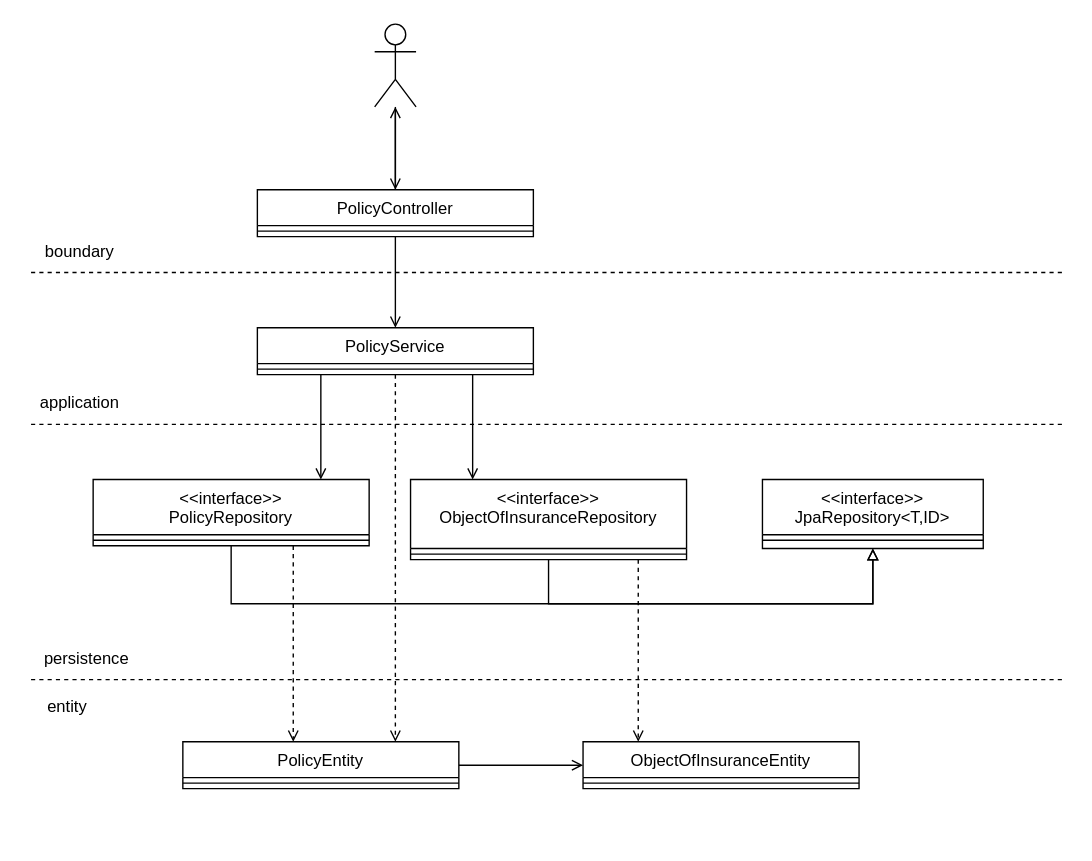
Above: RDA/PolicyService/Policy-UML-Level1.drawio in danieland2606/Bachelorprojekt (draw.io), before the change. Source tidied: cells renumbered, new cells numbered last; positions are measured from the earlier drawing's top-left corner, leaving out a move shared by most shapes. Both pictures are drawn from the tidied source at 138%, with x=0, y=0 at pixel (23, 23).
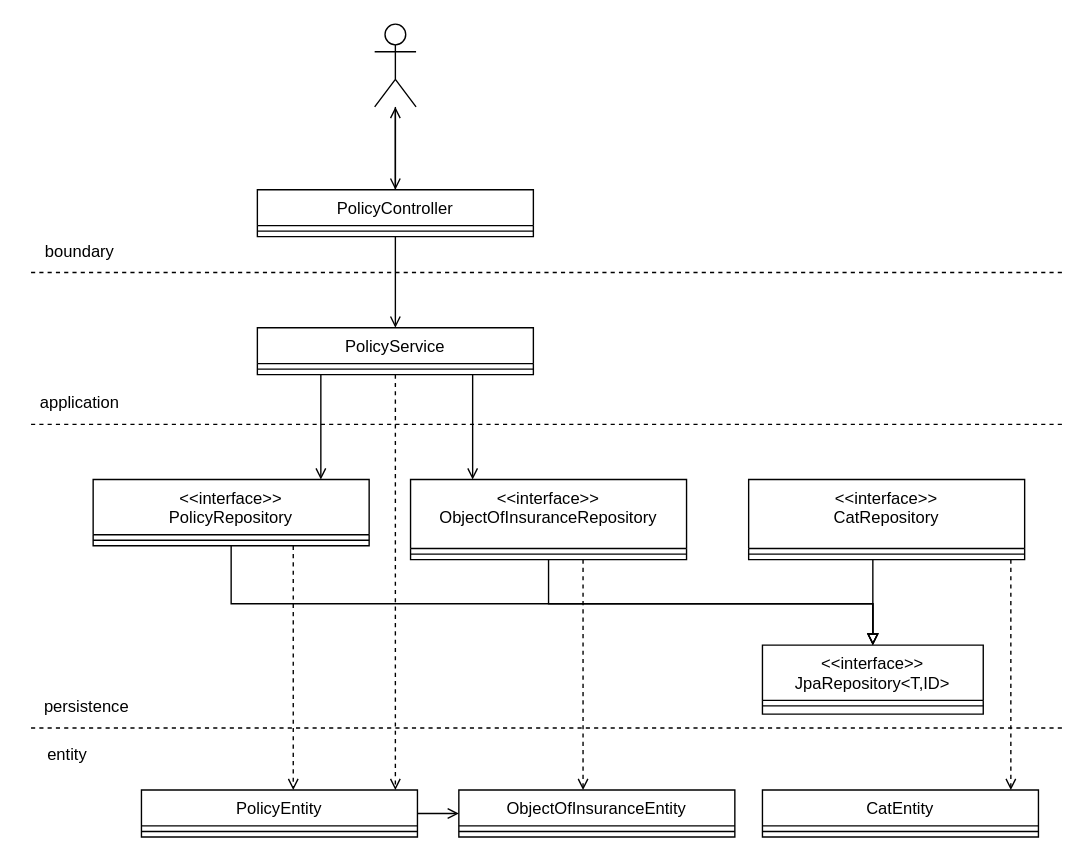
Above is the later version.

Commit message (it also covers changes not shown here):
UML Policy geupdatet

The change refers to these unchanged cells:
```xml
<mxCell id="12" value="&lt;&lt;interface&gt;&gt;&#10;ObjectOfInsuranceRepository" style="swimlane;fontStyle=0;align=center;verticalAlign=top;horizontal=1;startSize=50;rounded=0;shadow=0;strokeWidth=1;" parent="1" vertex="1">
  <mxGeometry x="280" y="330" width="200" height="58" as="geometry" />
</mxCell>
```

What changed in the source:
```diff
@@
     <mxCell id="11" style="edgeStyle=orthogonalEdgeStyle;rounded=0;jettySize=auto;html=1;dashed=1;endArrow=open;endFill=0;" parent="1" edge="1" source="12" target="21">
       <mxGeometry relative="1" as="geometry">
         <Array as="points">
-          <mxPoint x="445" y="440" />
-          <mxPoint x="445" y="440" />
+          <mxPoint x="405" y="480" />
+          <mxPoint x="405" y="480" />
         </Array>
       </mxGeometry>
     </mxCell>
@@
     <mxCell id="19" value="&lt;&lt;interface&gt;&gt;&#10;JpaRepository&lt;T,ID&gt;" style="swimlane;fontStyle=0;align=center;verticalAlign=top;horizontal=1;startSize=40;rounded=0;shadow=0;strokeWidth=1;" parent="1" vertex="1">
-      <mxGeometry x="535" y="330" width="160" height="50" as="geometry" />
+      <mxGeometry x="535" y="450" width="160" height="50" as="geometry" />
     </mxCell>
@@
     <mxCell id="21" value="ObjectOfInsuranceEntity" style="swimlane;fontStyle=0;align=center;verticalAlign=top;horizontal=1;startSize=26;rounded=0;shadow=0;strokeWidth=1;" parent="1" vertex="1">
-      <mxGeometry x="405" y="520" width="200" height="34" as="geometry" />
+      <mxGeometry x="315" y="555" width="200" height="34" as="geometry" />
     </mxCell>
@@
     <mxCell id="24" value="PolicyEntity" style="swimlane;fontStyle=0;align=center;verticalAlign=top;horizontal=1;startSize=26;rounded=0;shadow=0;strokeWidth=1;" parent="1" vertex="1">
-      <mxGeometry x="115" y="520" width="200" height="34" as="geometry" />
+      <mxGeometry x="85" y="555" width="200" height="34" as="geometry" />
     </mxCell>
@@
     <mxCell id="32" style="endArrow=none;dashed=1;html=1;rounded=0;" parent="1" edge="1">
       <mxGeometry relative="1" as="geometry">
-        <mxPoint x="5" y="475" as="sourcePoint" />
-        <mxPoint x="755" y="475" as="targetPoint" />
+        <mxPoint x="5" y="510" as="sourcePoint" />
+        <mxPoint x="755" y="510" as="targetPoint" />
       </mxGeometry>
     </mxCell>
     <mxCell id="33" value="persistence" style="text;html=1;align=center;verticalAlign=middle;strokeColor=none;fillColor=none;" parent="1" vertex="1">
-      <mxGeometry x="5" y="445" width="80" height="30" as="geometry" />
+      <mxGeometry x="5" y="480" width="80" height="30" as="geometry" />
     </mxCell>
     <mxCell id="34" value="entity" style="text;html=1;align=center;verticalAlign=middle;strokeColor=none;fillColor=none;" parent="1" vertex="1">
-      <mxGeometry x="6" y="480" width="50" height="30" as="geometry" />
+      <mxGeometry x="6" y="515" width="50" height="30" as="geometry" />
     </mxCell>
+    <mxCell id="35" style="edgeStyle=orthogonalEdgeStyle;rounded=0;jettySize=auto;html=1;endArrow=block;endFill=0;" parent="1" edge="1" source="37" target="19">
+      <mxGeometry relative="1" as="geometry">
+        <Array as="points">
+          <mxPoint x="615" y="400" />
+          <mxPoint x="615" y="400" />
+        </Array>
+      </mxGeometry>
+    </mxCell>
+    <mxCell id="36" style="edgeStyle=orthogonalEdgeStyle;rounded=0;jettySize=auto;html=1;endArrow=open;endFill=0;dashed=1;" parent="1" edge="1" source="37" target="39">
+      <mxGeometry relative="1" as="geometry">
+        <Array as="points">
+          <mxPoint x="715" y="470" />
+          <mxPoint x="715" y="470" />
+        </Array>
+      </mxGeometry>
+    </mxCell>
+    <mxCell id="37" value="&lt;&lt;interface&gt;&gt;&#10;CatRepository" style="swimlane;fontStyle=0;align=center;verticalAlign=top;horizontal=1;startSize=50;rounded=0;shadow=0;strokeWidth=1;" parent="1" vertex="1">
+      <mxGeometry x="525" y="330" width="200" height="58" as="geometry" />
+    </mxCell>
+    <mxCell id="38" style="line;html=1;strokeWidth=1;align=left;verticalAlign=middle;spacingTop=-1;spacingLeft=3;spacingRight=3;labelPosition=right;" parent="37" vertex="1">
+      <mxGeometry y="50" width="200" height="8" as="geometry" />
+    </mxCell>
+    <mxCell id="39" value="CatEntity" style="swimlane;fontStyle=0;align=center;verticalAlign=top;horizontal=1;startSize=26;rounded=0;shadow=0;strokeWidth=1;" parent="1" vertex="1">
+      <mxGeometry x="535" y="555" width="200" height="34" as="geometry" />
+    </mxCell>
+    <mxCell id="40" style="line;html=1;strokeWidth=1;align=left;verticalAlign=middle;spacingTop=-1;spacingLeft=3;spacingRight=3;labelPosition=right;" parent="39" vertex="1">
+      <mxGeometry y="26" width="200" height="8" as="geometry" />
+    </mxCell>
```
